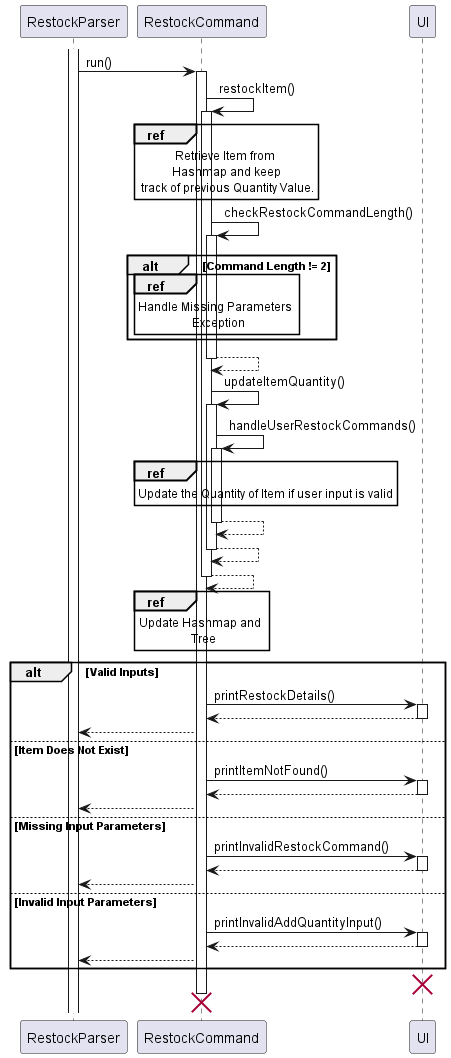
Above: docs/UML/Restock/RestockCommand.png in nus-cs2113-AY2223S2/tp (PlantUML), before the change.
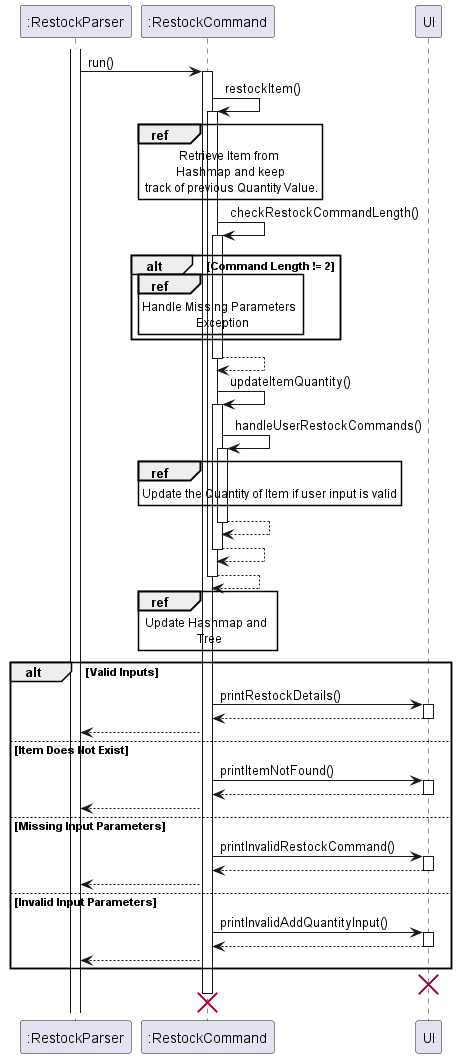
Above is the later version.

Commit message:
-More additions to Developer Guide. -Added one more sequence diagram. -Documentation for restock and sell commands in the developer guide.

Diff of the diagram source:
```diff
@@ -1,65 +1,65 @@
 @startuml
 
-participant RestockParser
-activate RestockParser
-RestockParser -> RestockCommand: run()
-activate RestockCommand
-RestockCommand->RestockCommand: restockItem()
-activate RestockCommand
-ref over RestockCommand: Retrieve Item from \n Hashmap and keep \n track of previous Quantity Value.
-RestockCommand -> RestockCommand: checkRestockCommandLength()
-activate RestockCommand
+participant ":RestockParser"
+activate ":RestockParser"
+":RestockParser" -> ":RestockCommand": run()
+activate ":RestockCommand"
+":RestockCommand"->":RestockCommand": restockItem()
+activate ":RestockCommand"
+ref over ":RestockCommand": Retrieve Item from \n Hashmap and keep \n track of previous Quantity Value.
+":RestockCommand" -> ":RestockCommand": checkRestockCommandLength()
+activate ":RestockCommand"
 
 alt Command Length != 2
-ref over RestockCommand: Handle Missing Parameters \n Exception
+ref over ":RestockCommand": Handle Missing Parameters \n Exception
 end
 
 
-activate RestockCommand
-RestockCommand --> RestockCommand
-deactivate RestockCommand
-RestockCommand -> RestockCommand: updateItemQuantity()
-activate RestockCommand
-RestockCommand -> RestockCommand: handleUserRestockCommands()
-activate RestockCommand
-ref over RestockCommand
+activate ":RestockCommand"
+":RestockCommand" --> ":RestockCommand"
+deactivate ":RestockCommand"
+":RestockCommand" -> ":RestockCommand": updateItemQuantity()
+activate ":RestockCommand"
+":RestockCommand" -> ":RestockCommand": handleUserRestockCommands()
+activate ":RestockCommand"
+ref over ":RestockCommand"
 Update the Quantity of Item if user input is valid
 end
-RestockCommand --> RestockCommand
-deactivate RestockCommand
-RestockCommand --> RestockCommand
-deactivate RestockCommand
-RestockCommand --> RestockCommand
-deactivate RestockCommand
+":RestockCommand" --> ":RestockCommand"
+deactivate ":RestockCommand"
+":RestockCommand" --> ":RestockCommand"
+deactivate ":RestockCommand"
+":RestockCommand" --> ":RestockCommand"
+deactivate ":RestockCommand"
 
-ref over RestockCommand: Update Hashmap and \n Tree
+ref over ":RestockCommand": Update Hashmap and \n Tree
 alt Valid Inputs
-RestockCommand -> UI: printRestockDetails()
+":RestockCommand" -> UI: printRestockDetails()
 activate UI
-UI-->RestockCommand
+UI-->":RestockCommand"
 deactivate UI
-RestockCommand --> RestockParser
+":RestockCommand" --> ":RestockParser"
 else Item Does Not Exist
-RestockCommand -> UI: printItemNotFound()
+":RestockCommand" -> UI: printItemNotFound()
 activate UI
-UI-->RestockCommand
+UI-->":RestockCommand"
 deactivate UI
-RestockCommand --> RestockParser
+":RestockCommand" --> ":RestockParser"
 else Missing Input Parameters
-RestockCommand -> UI: printInvalidRestockCommand()
+":RestockCommand" -> UI: printInvalidRestockCommand()
 activate UI
-UI-->RestockCommand
+UI-->":RestockCommand"
 deactivate UI
-RestockCommand --> RestockParser
+":RestockCommand" --> ":RestockParser"
 else Invalid Input Parameters
-RestockCommand -> UI: printInvalidAddQuantityInput()
+":RestockCommand" -> UI: printInvalidAddQuantityInput()
 activate UI
-UI-->RestockCommand
+UI-->":RestockCommand"
 deactivate UI
-RestockCommand --> RestockParser
+":RestockCommand" --> ":RestockParser"
 end
 destroy UI
-destroy RestockCommand
+destroy ":RestockCommand"
 
 
 
```
